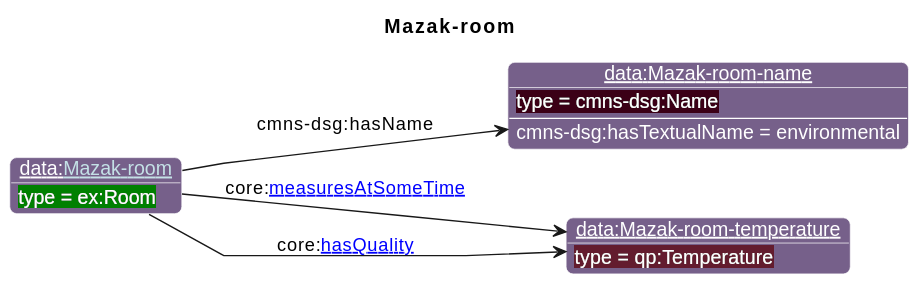
iofoundry/example-syseng-mtconnect keeps this PlantUML diagram as diagrams/Mazak-room.svg. Above is the earlier version.
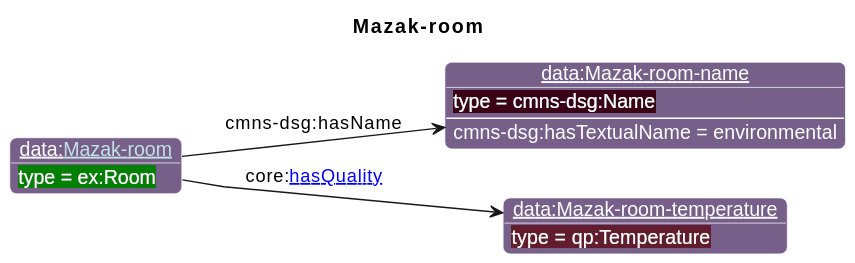
Later version of the same file.

Diff of the diagram source:
```diff
@@ -24,6 +24,5 @@
 individual(o3, data:Mazak-room-temperature, qp:Temperature)
 property(o1, cmns-dsg:hasName, o2)
 data(o2, cmns-dsg:hasTextualName, environmental)
-property(o1, core:[[https://spec.industrialontologies.org/ontology/core/Core/measuresAtSomeTime measuresAtSomeTime]], o3)
 property(o1, core:[[https://spec.industrialontologies.org/ontology/core/Core/hasQuality hasQuality]], o3)
 @enduml
```
